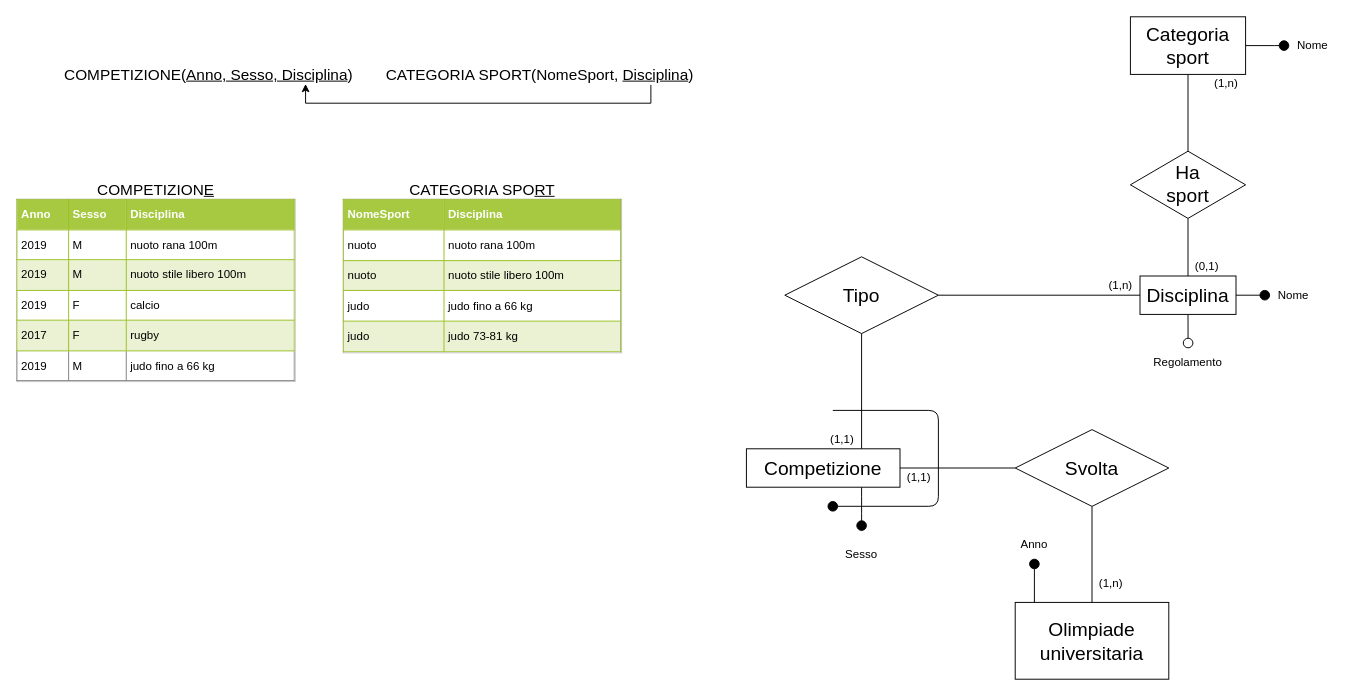
Earlier version of the draw.io diagram Olimpiadi studentesche.drawio (giovannivelludo/database-project). Source tidied: cells renumbered, new cells numbered last; positions are measured from the earlier drawing's top-left corner, leaving out a move shared by most shapes. Both pictures are drawn from the tidied source at 96%, with x=0, y=0 at pixel (16, 16).
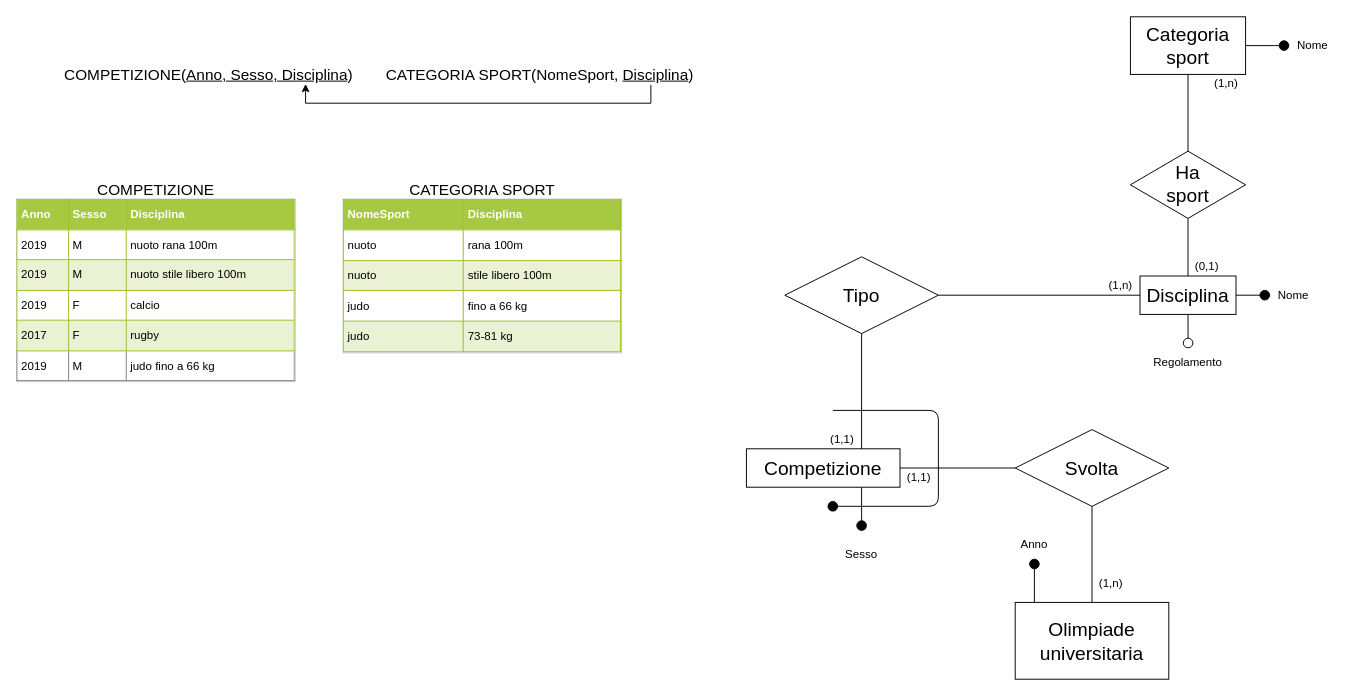
Above is the later version.

Commit message:
tolta sottolineatura

Diff of the diagram source:
```diff
@@
-    <mxCell id="36" value="&lt;div style=&quot;font-size: 16px&quot;&gt;&lt;font style=&quot;font-size: 16px&quot;&gt;COMPETIZION&lt;u&gt;E&lt;br&gt;&lt;/u&gt;&lt;/font&gt;&lt;/div&gt;" style="text;html=1;strokeColor=none;fillColor=none;align=center;verticalAlign=middle;whiteSpace=wrap;rounded=0;" parent="1" vertex="1">
+    <mxCell id="36" value="&lt;div style=&quot;font-size: 16px&quot;&gt;&lt;font style=&quot;font-size: 16px&quot;&gt;COMPETIZIONE&lt;/font&gt;&lt;/div&gt;" style="text;html=1;strokeColor=none;fillColor=none;align=center;verticalAlign=middle;whiteSpace=wrap;rounded=0;" parent="1" vertex="1">
       <mxGeometry y="170" width="290" height="20" as="geometry" />
     </mxCell>
-    <mxCell id="37" value="&lt;table style=&quot;width: 100% ; height: 100% ; border-collapse: collapse&quot; width=&quot;100%&quot; cellpadding=&quot;4&quot; border=&quot;1&quot;&gt;&lt;tbody&gt;&lt;tr style=&quot;background-color: #a7c942 ; color: #ffffff ; border: 1px solid #98bf21&quot;&gt;&lt;th align=&quot;left&quot;&gt;NomeSport&lt;br&gt;&lt;/th&gt;&lt;th align=&quot;left&quot;&gt;Disciplina&lt;br&gt;&lt;/th&gt;&lt;/tr&gt;&lt;tr style=&quot;border: 1px solid #98bf21&quot;&gt;&lt;td&gt;nuoto&lt;br&gt;&lt;/td&gt;&lt;td&gt;nuoto rana 100m&lt;br&gt;&lt;/td&gt;&lt;/tr&gt;&lt;tr style=&quot;background-color: #eaf2d3 ; border: 1px solid #98bf21&quot;&gt;&lt;td&gt;nuoto&lt;br&gt;&lt;/td&gt;&lt;td&gt;nuoto stile libero 100m&lt;br&gt;&lt;/td&gt;&lt;/tr&gt;&lt;tr style=&quot;border: 1px solid #98bf21&quot;&gt;&lt;td&gt;judo&lt;br&gt;&lt;/td&gt;&lt;td&gt;judo fino a 66 kg&lt;br&gt;&lt;/td&gt;&lt;/tr&gt;&lt;tr style=&quot;background-color: #eaf2d3 ; border: 1px solid #98bf21&quot;&gt;&lt;td&gt;judo&lt;br&gt;&lt;/td&gt;&lt;td&gt;judo 73-81 kg&lt;br&gt;&lt;/td&gt;&lt;/tr&gt;&lt;/tbody&gt;&lt;/table&gt;" style="text;html=1;strokeColor=#c0c0c0;fillColor=#ffffff;overflow=fill;rounded=0;" parent="1" vertex="1">
+    <mxCell id="37" value="&lt;table style=&quot;width: 100% ; height: 100% ; border-collapse: collapse&quot; width=&quot;100%&quot; cellpadding=&quot;4&quot; border=&quot;1&quot;&gt;&lt;tbody&gt;&lt;tr style=&quot;background-color: #a7c942 ; color: #ffffff ; border: 1px solid #98bf21&quot;&gt;&lt;th align=&quot;left&quot;&gt;NomeSport&lt;br&gt;&lt;/th&gt;&lt;th align=&quot;left&quot;&gt;Disciplina&lt;br&gt;&lt;/th&gt;&lt;/tr&gt;&lt;tr style=&quot;border: 1px solid #98bf21&quot;&gt;&lt;td&gt;nuoto&lt;br&gt;&lt;/td&gt;&lt;td&gt;rana 100m&lt;br&gt;&lt;/td&gt;&lt;/tr&gt;&lt;tr style=&quot;background-color: #eaf2d3 ; border: 1px solid #98bf21&quot;&gt;&lt;td&gt;nuoto&lt;br&gt;&lt;/td&gt;&lt;td&gt;stile libero 100m&lt;br&gt;&lt;/td&gt;&lt;/tr&gt;&lt;tr style=&quot;border: 1px solid #98bf21&quot;&gt;&lt;td&gt;judo&lt;br&gt;&lt;/td&gt;&lt;td&gt;fino a 66 kg&lt;br&gt;&lt;/td&gt;&lt;/tr&gt;&lt;tr style=&quot;background-color: #eaf2d3 ; border: 1px solid #98bf21&quot;&gt;&lt;td&gt;judo&lt;br&gt;&lt;/td&gt;&lt;td&gt;73-81 kg&lt;br&gt;&lt;/td&gt;&lt;/tr&gt;&lt;/tbody&gt;&lt;/table&gt;" style="text;html=1;strokeColor=#c0c0c0;fillColor=#ffffff;overflow=fill;rounded=0;" parent="1" vertex="1">
       <mxGeometry x="340" y="190" width="290" height="160" as="geometry" />
     </mxCell>
-    <mxCell id="38" value="&lt;div style=&quot;font-size: 16px&quot;&gt;&lt;font style=&quot;font-size: 16px&quot;&gt;CATEGORIA SPO&lt;u&gt;RT&lt;/u&gt;&lt;/font&gt;&lt;/div&gt;" style="text;html=1;strokeColor=none;fillColor=none;align=center;verticalAlign=middle;whiteSpace=wrap;rounded=0;" parent="1" vertex="1">
+    <mxCell id="38" value="&lt;div style=&quot;font-size: 16px&quot;&gt;&lt;font style=&quot;font-size: 16px&quot;&gt;CATEGORIA SPORT&lt;br&gt;&lt;/font&gt;&lt;/div&gt;" style="text;html=1;strokeColor=none;fillColor=none;align=center;verticalAlign=middle;whiteSpace=wrap;rounded=0;" parent="1" vertex="1">
       <mxGeometry x="340" y="170" width="290" height="20" as="geometry" />
     </mxCell>
```
